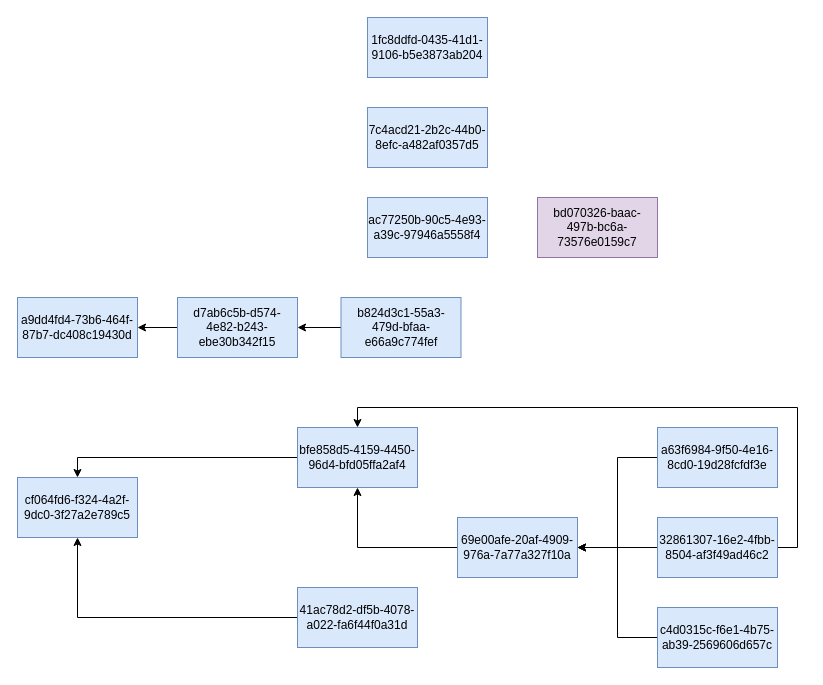
Earlier version of the draw.io diagram 图.drawio (foreignbill/drawio). Source tidied: cells renumbered, new cells numbered last; positions are measured from the earlier drawing's top-left corner, leaving out a move shared by most shapes. Both pictures are drawn from the tidied source at 100%, with x=0, y=0 at pixel (17, 17).
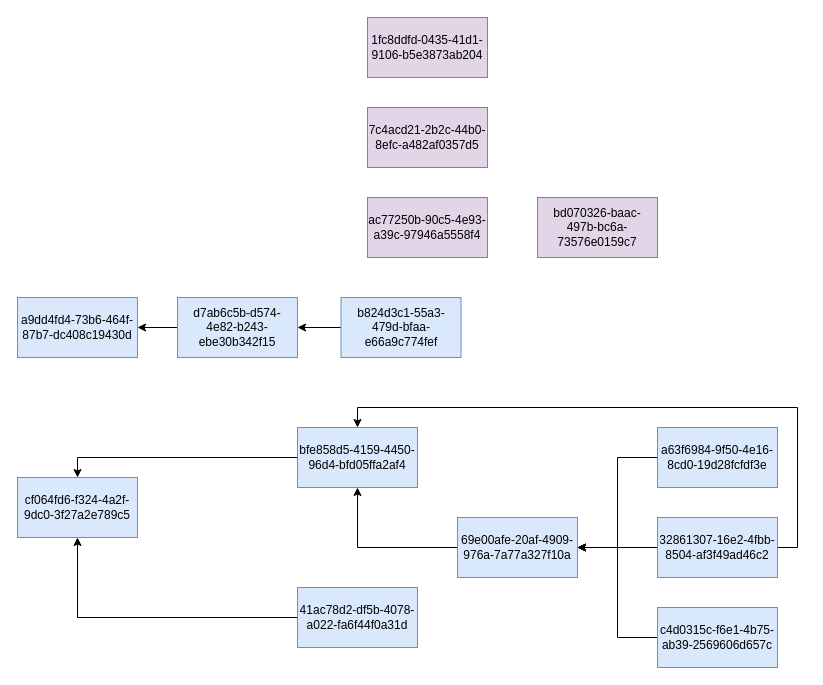
The same diagram, later.

Change to the diagram source:
```diff
@@
-    <mxCell id="21" value="1fc8ddfd-0435-41d1-9106-b5e3873ab204" style="rounded=0;whiteSpace=wrap;html=1;fillColor=#dae8fc;strokeColor=#6c8ebf;" parent="1" vertex="1">
+    <mxCell id="21" value="1fc8ddfd-0435-41d1-9106-b5e3873ab204" style="rounded=0;whiteSpace=wrap;html=1;fillColor=#e1d5e7;strokeColor=#9673a6;" parent="1" vertex="1">
       <mxGeometry x="350" width="120" height="60" as="geometry" />
     </mxCell>
-    <mxCell id="22" value="7c4acd21-2b2c-44b0-8efc-a482af0357d5" style="rounded=0;whiteSpace=wrap;html=1;fillColor=#dae8fc;strokeColor=#6c8ebf;" parent="1" vertex="1">
+    <mxCell id="22" value="7c4acd21-2b2c-44b0-8efc-a482af0357d5" style="rounded=0;whiteSpace=wrap;html=1;fillColor=#e1d5e7;strokeColor=#9673a6;" parent="1" vertex="1">
       <mxGeometry x="350" y="90" width="120" height="60" as="geometry" />
     </mxCell>
-    <mxCell id="23" value="ac77250b-90c5-4e93-a39c-97946a5558f4" style="rounded=0;whiteSpace=wrap;html=1;fillColor=#dae8fc;strokeColor=#6c8ebf;" parent="1" vertex="1">
+    <mxCell id="23" value="ac77250b-90c5-4e93-a39c-97946a5558f4" style="rounded=0;whiteSpace=wrap;html=1;fillColor=#e1d5e7;strokeColor=#9673a6;" parent="1" vertex="1">
       <mxGeometry x="350" y="180" width="120" height="60" as="geometry" />
     </mxCell>
```
